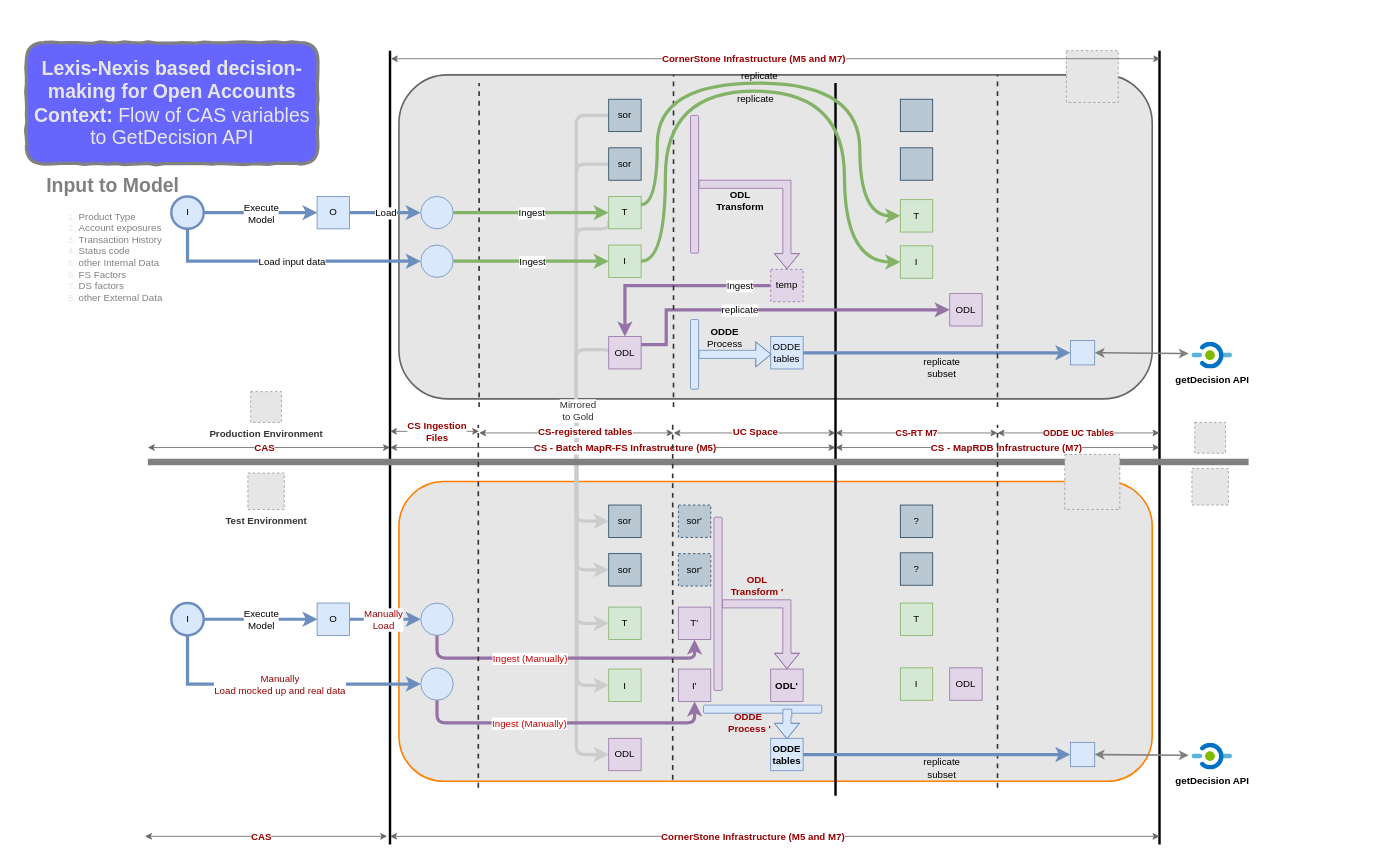
The draw.io diagram DataflowCS.drawio in gaurjain/drawio, before the edit. Source tidied: cells renumbered, new cells numbered last; positions are measured from the earlier drawing's top-left corner, leaving out a move shared by most shapes. Both pictures are drawn from the tidied source at 81%, with x=0, y=0 at pixel (26, 42). Pictures stored in the file or linked from it are replaced by grey dashed boxes.
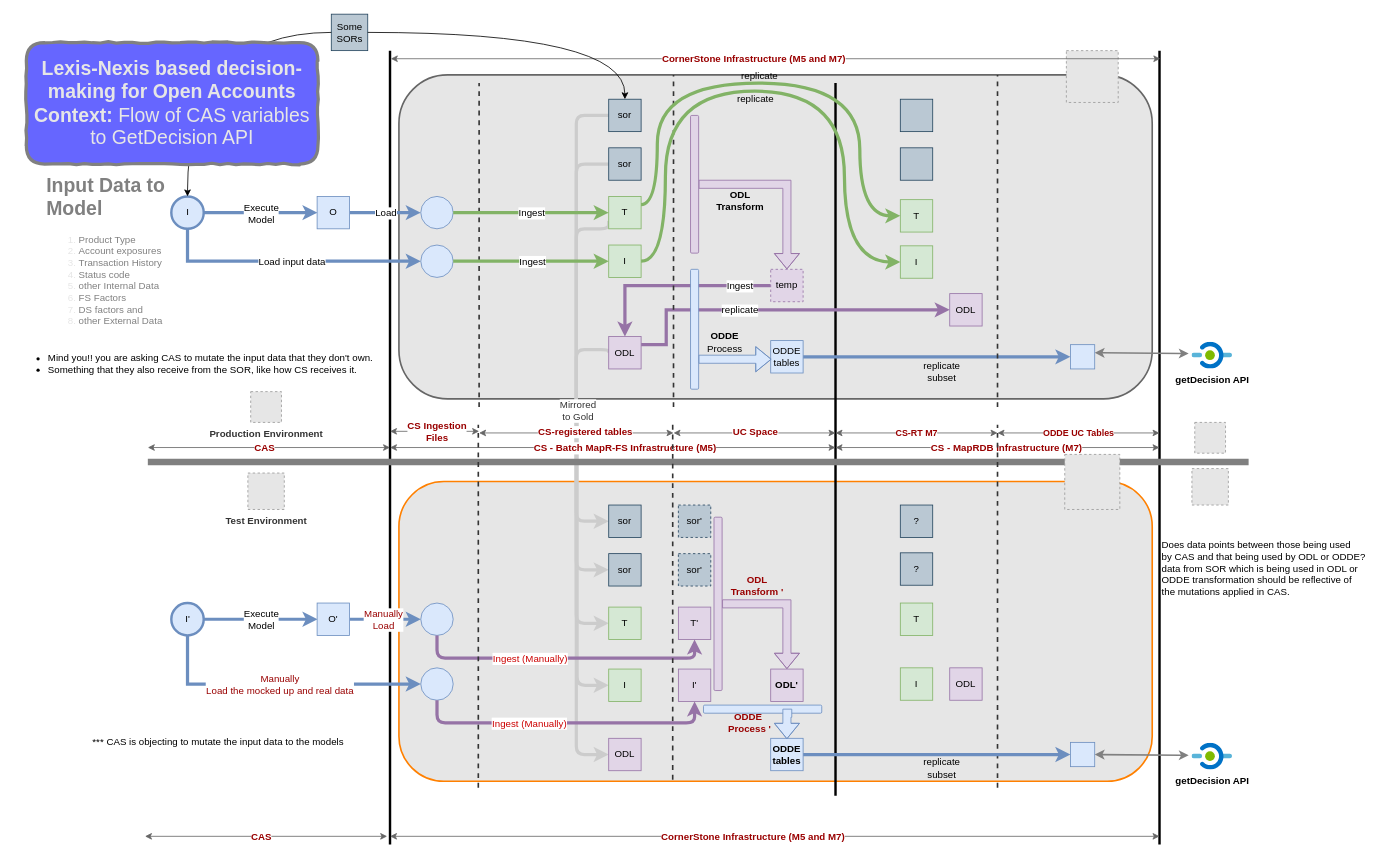
The same page after the edit.

Unchanged cells that the change refers to:
```xml
<mxCell id="28" value="I" style="shape=ellipse;fillColor=#dae8fc;strokeColor=#6c8ebf;html=1;verticalAlign=middle;strokeWidth=3;" parent="1" vertex="1">
  <mxGeometry x="179" y="190" width="40" height="40" as="geometry" />
</mxCell>
<mxCell id="34" value="sor" style="whiteSpace=wrap;html=1;strokeColor=#23445d;fillColor=#bac8d3;" parent="1" vertex="1">
  <mxGeometry x="719" y="70" width="40" height="40" as="geometry" />
</mxCell>
<mxCell id="105" style="rounded=0;jettySize=auto;html=1;entryX=0;entryY=0.5;entryDx=0;entryDy=0;exitX=0.5;exitY=1;exitDx=0;exitDy=0;strokeColor=#6c8ebf;strokeWidth=4;verticalAlign=middle;fillColor=#dae8fc;edgeStyle=orthogonalEdgeStyle;" parent="1" edge="1" source="65" target="104">
  <mxGeometry relative="1" as="geometry" />
</mxCell>
```

Diff of the diagram source:
```diff
@@
     <mxCell id="25" style="whiteSpace=wrap;html=1;fillColor=#dae8fc;strokeColor=#6c8ebf;" parent="1" vertex="1">
-      <mxGeometry x="1289" y="368" width="30" height="30" as="geometry" />
+      <mxGeometry x="1289" y="373" width="30" height="30" as="geometry" />
     </mxCell>
@@
-    <mxCell id="65" value="I" style="shape=ellipse;fillColor=#dae8fc;strokeColor=#6c8ebf;html=1;verticalAlign=middle;strokeWidth=3;" parent="1" vertex="1">
+    <mxCell id="65" value="I'" style="shape=ellipse;fillColor=#dae8fc;strokeColor=#6c8ebf;html=1;verticalAlign=middle;strokeWidth=3;" parent="1" vertex="1">
       <mxGeometry x="179" y="692" width="40" height="40" as="geometry" />
     </mxCell>
@@
-    <mxCell id="84" value="O" style="whiteSpace=wrap;html=1;strokeColor=#6c8ebf;fillColor=#dae8fc;verticalAlign=middle;" parent="1" vertex="1">
+    <mxCell id="84" value="O'" style="whiteSpace=wrap;html=1;strokeColor=#6c8ebf;fillColor=#dae8fc;verticalAlign=middle;" parent="1" vertex="1">
       <mxGeometry x="359" y="692" width="40" height="40" as="geometry" />
     </mxCell>
@@
-    <mxCell id="106" value="Manually&lt;br&gt;Load mocked up and real data" style="text;html=1;align=center;verticalAlign=middle;labelBackgroundColor=#ffffff;fillColor=#0000CC;fontColor=#990000;" parent="105" vertex="1">
+    <mxCell id="106" value="Manually&lt;br&gt;Load the mocked up and real data" style="text;html=1;align=center;verticalAlign=middle;labelBackgroundColor=#ffffff;fillColor=#0000CC;fontColor=#990000;" parent="105" vertex="1">
       <mxGeometry x="0.03" y="-1" relative="1" as="geometry">
         <mxPoint x="-5.5" y="-1" as="offset" />
       </mxGeometry>
     </mxCell>
@@
     <mxCell id="112" style="rounded=1;whiteSpace=wrap;html=1;strokeColor=#6c8ebf;fillColor=#dae8fc;strokeWidth=1;rotation=0;" parent="1" vertex="1">
-      <mxGeometry x="820" y="342" width="10" height="86" as="geometry" />
+      <mxGeometry x="820" y="280" width="10" height="148" as="geometry" />
     </mxCell>
     <mxCell id="113" value="ODDE&lt;br&gt;tables" style="whiteSpace=wrap;html=1;strokeColor=#6c8ebf;fillColor=#dae8fc;" parent="1" vertex="1">
-      <mxGeometry x="919" y="363" width="40" height="40" as="geometry" />
+      <mxGeometry x="919" y="368" width="40" height="40" as="geometry" />
     </mxCell>
-    <mxCell id="114" style="edgeStyle=orthogonalEdgeStyle;curved=1;rounded=0;jettySize=auto;html=1;strokeColor=#6c8ebf;strokeWidth=1;shape=flexArrow;exitX=1;exitY=0.5;exitDx=0;exitDy=0;fillColor=#dae8fc;" parent="1" edge="1" source="112">
+    <mxCell id="114" style="edgeStyle=orthogonalEdgeStyle;curved=1;rounded=0;jettySize=auto;html=1;strokeColor=#6c8ebf;strokeWidth=1;shape=flexArrow;exitX=1;exitY=0.75;exitDx=0;exitDy=0;fillColor=#dae8fc;" parent="1" edge="1" source="112">
       <mxGeometry relative="1" as="geometry">
-        <mxPoint x="920" y="385" as="targetPoint" />
+        <mxPoint x="920" y="391" as="targetPoint" />
       </mxGeometry>
     </mxCell>
@@
+    <mxCell id="133" value="&lt;h1&gt;&lt;font color=&quot;#808080&quot;&gt;Input Data to Model&lt;/font&gt;&lt;/h1&gt;&lt;p&gt;&lt;/p&gt;&lt;ol&gt;&lt;li&gt;&lt;font color=&quot;#808080&quot;&gt;Product Type&lt;/font&gt;&lt;/li&gt;&lt;li&gt;&lt;font color=&quot;#808080&quot;&gt;Account exposures&lt;/font&gt;&lt;/li&gt;&lt;li&gt;&lt;font color=&quot;#808080&quot;&gt;Transaction History&lt;/font&gt;&lt;/li&gt;&lt;li&gt;&lt;font color=&quot;#808080&quot;&gt;Status code&lt;/font&gt;&lt;/li&gt;&lt;li&gt;&lt;font color=&quot;#808080&quot;&gt;other Internal Data&amp;nbsp;&lt;/font&gt;&lt;/li&gt;&lt;li&gt;&lt;font color=&quot;#808080&quot;&gt;FS Factors&lt;/font&gt;&lt;/li&gt;&lt;li&gt;&lt;font color=&quot;#808080&quot;&gt;DS factors and&lt;/font&gt;&lt;/li&gt;&lt;li&gt;&lt;font color=&quot;#808080&quot;&gt;other External Data&lt;/font&gt;&lt;/li&gt;&lt;/ol&gt;&lt;p&gt;&lt;/p&gt;" style="text;html=1;strokeColor=none;fillColor=none;spacing=5;spacingTop=-20;whiteSpace=wrap;overflow=hidden;rounded=0;comic=1;fontColor=#E6E6E6;" parent="1" vertex="1">
+      <mxGeometry x="20" y="157" width="190" height="193" as="geometry" />
+    </mxCell>
+    <mxCell id="134" value="&lt;ul&gt;&lt;li&gt;Mind you!! you are asking CAS to mutate the input data that they don't own.&lt;/li&gt;&lt;li&gt;Something that they also receive from the SOR, like how CS receives it.&lt;/li&gt;&lt;/ul&gt;" style="text;html=1;align=left;verticalAlign=top;spacingTop=-4;" parent="1" vertex="1">
+      <mxGeometry x="-15" y="368" width="460" height="50" as="geometry" />
+    </mxCell>
+    <mxCell id="135" value="*** CAS is objecting to mutate the input data to the models" style="text;html=1;align=left;verticalAlign=top;spacingTop=-4;" parent="1" vertex="1">
+      <mxGeometry x="80" y="854" width="330" height="20" as="geometry" />
+    </mxCell>
+    <mxCell id="136" value="Does data points between those being used &lt;br&gt;by CAS and that being used by ODL or ODDE?&lt;br&gt;data from SOR which is being used in ODL or &lt;br&gt;ODDE transformation should be reflective of &lt;br&gt;the mutations applied in CAS.&amp;nbsp;&amp;nbsp;" style="text;html=1;align=left;verticalAlign=top;spacingTop=-4;" parent="1" vertex="1">
+      <mxGeometry x="1400" y="611" width="270" height="70" as="geometry" />
+    </mxCell>
+    <mxCell id="137" value="Some&lt;br&gt;SORs" style="whiteSpace=wrap;html=1;strokeColor=#23445d;fillColor=#bac8d3;" parent="1" vertex="1">
+      <mxGeometry x="376.5" y="-35" width="45" height="45" as="geometry" />
+    </mxCell>
+    <mxCell id="138" style="endArrow=classic;html=1;entryX=0.5;entryY=0;entryDx=0;entryDy=0;exitX=1;exitY=0.5;exitDx=0;exitDy=0;edgeStyle=orthogonalEdgeStyle;curved=1;" parent="1" edge="1" source="137" target="34">
+      <mxGeometry relative="1" as="geometry" />
+    </mxCell>
+    <mxCell id="139" style="endArrow=classic;html=1;entryX=0.5;entryY=0;entryDx=0;entryDy=0;exitX=0;exitY=0.5;exitDx=0;exitDy=0;edgeStyle=orthogonalEdgeStyle;curved=1;" parent="1" edge="1" source="137" target="28">
+      <mxGeometry relative="1" as="geometry" />
+    </mxCell>
@@
-    <mxCell id="133" value="&lt;h1&gt;&lt;font color=&quot;#808080&quot;&gt;Input to Model&lt;/font&gt;&lt;/h1&gt;&lt;p&gt;&lt;/p&gt;&lt;ol&gt;&lt;li&gt;&lt;font color=&quot;#808080&quot;&gt;Product Type&lt;/font&gt;&lt;/li&gt;&lt;li&gt;&lt;font color=&quot;#808080&quot;&gt;Account exposures&lt;/font&gt;&lt;/li&gt;&lt;li&gt;&lt;font color=&quot;#808080&quot;&gt;Transaction History&lt;/font&gt;&lt;/li&gt;&lt;li&gt;&lt;font color=&quot;#808080&quot;&gt;Status code&lt;/font&gt;&lt;/li&gt;&lt;li&gt;&lt;font color=&quot;#808080&quot;&gt;other Internal Data&amp;nbsp;&lt;/font&gt;&lt;/li&gt;&lt;li&gt;&lt;font color=&quot;#808080&quot;&gt;FS Factors&lt;/font&gt;&lt;/li&gt;&lt;li&gt;&lt;font color=&quot;#808080&quot;&gt;DS factors&lt;/font&gt;&lt;/li&gt;&lt;li&gt;&lt;font color=&quot;#808080&quot;&gt;other External Data&lt;/font&gt;&lt;/li&gt;&lt;/ol&gt;&lt;p&gt;&lt;/p&gt;" style="text;html=1;strokeColor=none;fillColor=none;spacing=5;spacingTop=-20;whiteSpace=wrap;overflow=hidden;rounded=0;comic=1;fontColor=#E6E6E6;" parent="1" vertex="1">
-      <mxGeometry x="20" y="157" width="190" height="166" as="geometry" />
-    </mxCell>
```
